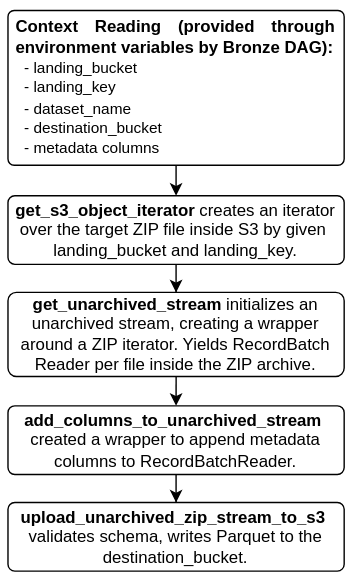
The draw.io diagram docs/images/bronze-transformation.svg in IliaTimchuk/ZIP-Data-Pipeline, before a commit. Source tidied: cells renumbered, new cells last; positions are measured from the earlier drawing's top-left corner, leaving out a move shared by most shapes.
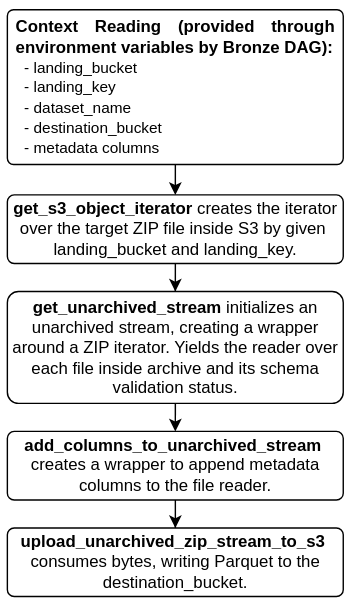
After the commit.

Change to the diagram source:
```diff
@@ -5,25 +5,25 @@
     <mxCell id="2" style="edgeStyle=orthogonalEdgeStyle;rounded=0;jettySize=auto;html=1;entryX=0.5;entryY=0;entryDx=0;entryDy=0;" parent="1" edge="1" source="3" target="5">
       <mxGeometry relative="1" as="geometry" />
     </mxCell>
-    <mxCell id="3" value="&lt;b&gt;get_s3_object_iterator &lt;/b&gt;creates an iterator over the target ZIP file inside S3 by given&amp;nbsp;&lt;div&gt;landing_bucket and landing_key.&lt;/div&gt;" style="rounded=1;whiteSpace=wrap;html=1;fillColor=none;align=center;arcSize=10;" parent="1" vertex="1">
+    <mxCell id="3" value="&lt;b&gt;get_s3_object_iterator &lt;/b&gt;creates the iterator over the target ZIP file inside S3 by given&amp;nbsp;&lt;div&gt;landing_bucket and landing_key.&lt;/div&gt;" style="rounded=1;whiteSpace=wrap;html=1;fillColor=none;align=center;arcSize=10;" parent="1" vertex="1">
       <mxGeometry y="135" width="240" height="49" as="geometry" />
     </mxCell>
     <mxCell id="4" style="edgeStyle=orthogonalEdgeStyle;rounded=0;jettySize=auto;html=1;entryX=0.5;entryY=0;entryDx=0;entryDy=0;" parent="1" edge="1" target="7">
       <mxGeometry relative="1" as="geometry">
-        <mxPoint x="120" y="264" as="sourcePoint" />
+        <mxPoint x="120" y="284" as="sourcePoint" />
       </mxGeometry>
     </mxCell>
-    <mxCell id="5" value="&lt;b&gt;get_unarchived_stream&lt;/b&gt;&amp;nbsp;initializes an unarchived stream, creating a wrapper around a ZIP iterator. Yields RecordBatch Reader per file inside the ZIP archive." style="rounded=1;whiteSpace=wrap;html=1;fillColor=none;align=center;arcSize=10;" parent="1" vertex="1">
-      <mxGeometry y="204" width="240" height="60" as="geometry" />
+    <mxCell id="5" value="&lt;div style=&quot;&quot;&gt;&lt;b style=&quot;background-color: transparent; color: light-dark(rgb(0, 0, 0), rgb(255, 255, 255));&quot;&gt;get_unarchived_stream&lt;/b&gt;&lt;span style=&quot;background-color: transparent; color: light-dark(rgb(0, 0, 0), rgb(255, 255, 255));&quot;&gt;&amp;nbsp;initializes an unarchived stream, creating a wrapper around a ZIP iterator. Yields the reader over each file inside archive and its schema validation status.&lt;/span&gt;&lt;/div&gt;" style="rounded=1;whiteSpace=wrap;html=1;fillColor=none;align=center;arcSize=10;" parent="1" vertex="1">
+      <mxGeometry y="204" width="240" height="80" as="geometry" />
     </mxCell>
     <mxCell id="6" style="edgeStyle=orthogonalEdgeStyle;rounded=0;jettySize=auto;html=1;" parent="1" edge="1" source="7" target="8">
       <mxGeometry relative="1" as="geometry" />
     </mxCell>
-    <mxCell id="7" value="&lt;div style=&quot;&quot;&gt;&lt;b style=&quot;background-color: transparent; color: light-dark(rgb(0, 0, 0), rgb(255, 255, 255));&quot;&gt;add_columns_to_unarchived_stream&lt;/b&gt;&lt;span style=&quot;background-color: transparent; color: light-dark(rgb(0, 0, 0), rgb(255, 255, 255));&quot;&gt;&amp;nbsp;&lt;/span&gt;&lt;/div&gt;&lt;div style=&quot;&quot;&gt;&lt;span style=&quot;background-color: transparent; color: light-dark(rgb(0, 0, 0), rgb(255, 255, 255));&quot;&gt;created a wrapper to append metadata columns to RecordBatchReader.&lt;/span&gt;&lt;/div&gt;" style="rounded=1;whiteSpace=wrap;html=1;fillColor=none;align=center;arcSize=10;" parent="1" vertex="1">
-      <mxGeometry y="285" width="240" height="49" as="geometry" />
+    <mxCell id="7" value="&lt;div style=&quot;&quot;&gt;&lt;b style=&quot;background-color: transparent; color: light-dark(rgb(0, 0, 0), rgb(255, 255, 255));&quot;&gt;add_columns_to_unarchived_stream&lt;/b&gt;&lt;span style=&quot;background-color: transparent; color: light-dark(rgb(0, 0, 0), rgb(255, 255, 255));&quot;&gt;&amp;nbsp;&lt;/span&gt;&lt;/div&gt;&lt;div style=&quot;&quot;&gt;&lt;span style=&quot;background-color: transparent; color: light-dark(rgb(0, 0, 0), rgb(255, 255, 255));&quot;&gt;creates a wrapper to append metadata columns to the file reader.&lt;/span&gt;&lt;/div&gt;" style="rounded=1;whiteSpace=wrap;html=1;fillColor=none;align=center;arcSize=10;" parent="1" vertex="1">
+      <mxGeometry y="304" width="240" height="49" as="geometry" />
     </mxCell>
-    <mxCell id="8" value="&lt;b&gt;upload_unarchived_zip_stream_to_s3&lt;/b&gt;&amp;nbsp;&lt;div&gt;validates schema, writes Parquet to the destination_bucket.&lt;/div&gt;" style="rounded=1;whiteSpace=wrap;html=1;fillColor=none;align=center;arcSize=10;" parent="1" vertex="1">
-      <mxGeometry y="354" width="240" height="49" as="geometry" />
+    <mxCell id="8" value="&lt;b&gt;upload_unarchived_zip_stream_to_s3&lt;/b&gt;&amp;nbsp;&lt;div&gt;consumes bytes, writing Parquet to the destination_bucket.&lt;/div&gt;" style="rounded=1;whiteSpace=wrap;html=1;fillColor=none;align=center;arcSize=10;" parent="1" vertex="1">
+      <mxGeometry y="373" width="240" height="49" as="geometry" />
     </mxCell>
     <mxCell id="9" style="edgeStyle=orthogonalEdgeStyle;rounded=0;jettySize=auto;html=1;entryX=0.5;entryY=0;entryDx=0;entryDy=0;" parent="1" edge="1" source="11" target="3">
       <mxGeometry relative="1" as="geometry" />
```
